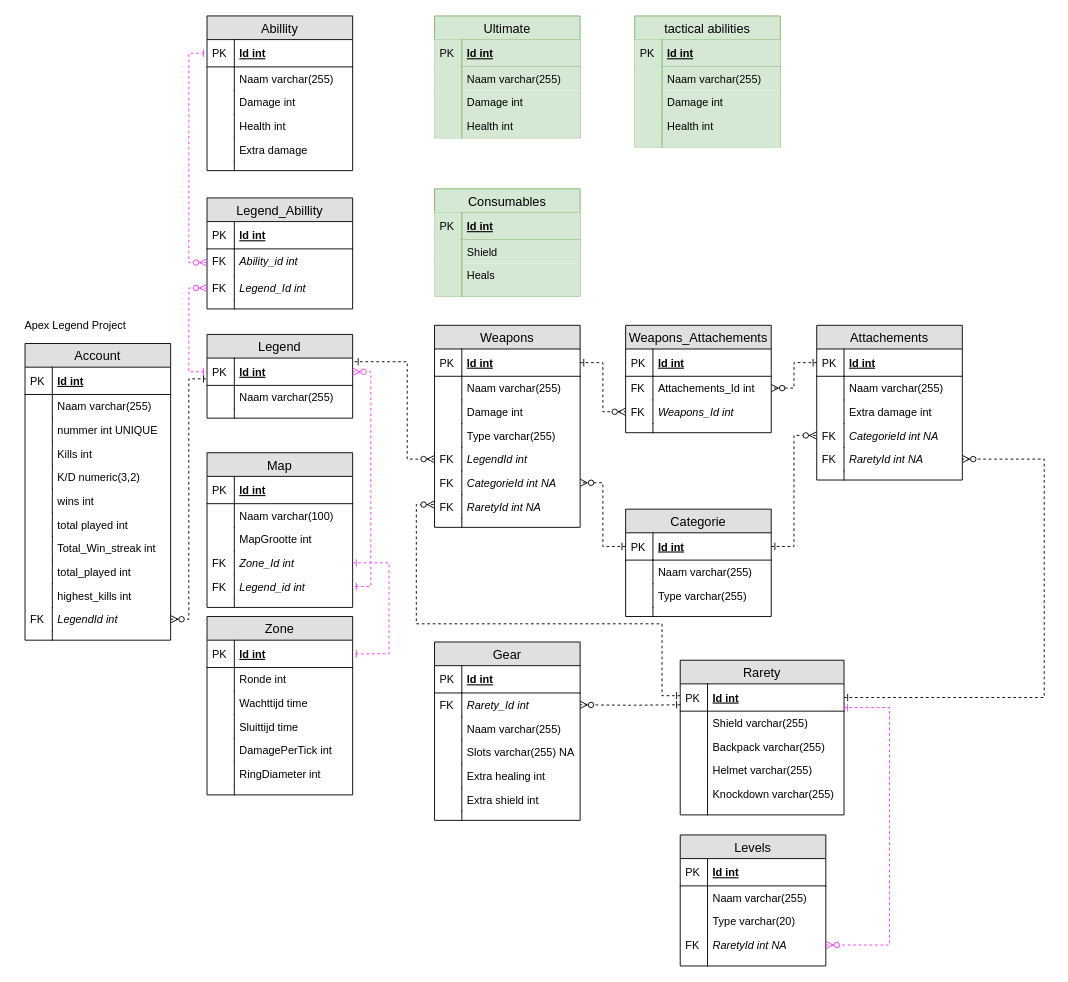
Earlier version of the draw.io diagram Project.drawio (donnie1998/thomasmore2019-2020). Source tidied: cells renumbered, new cells numbered last; positions are measured from the earlier drawing's top-left corner, leaving out a move shared by most shapes. Both pictures are drawn from the tidied source at 91%, with x=0, y=0 at pixel (15, 15).
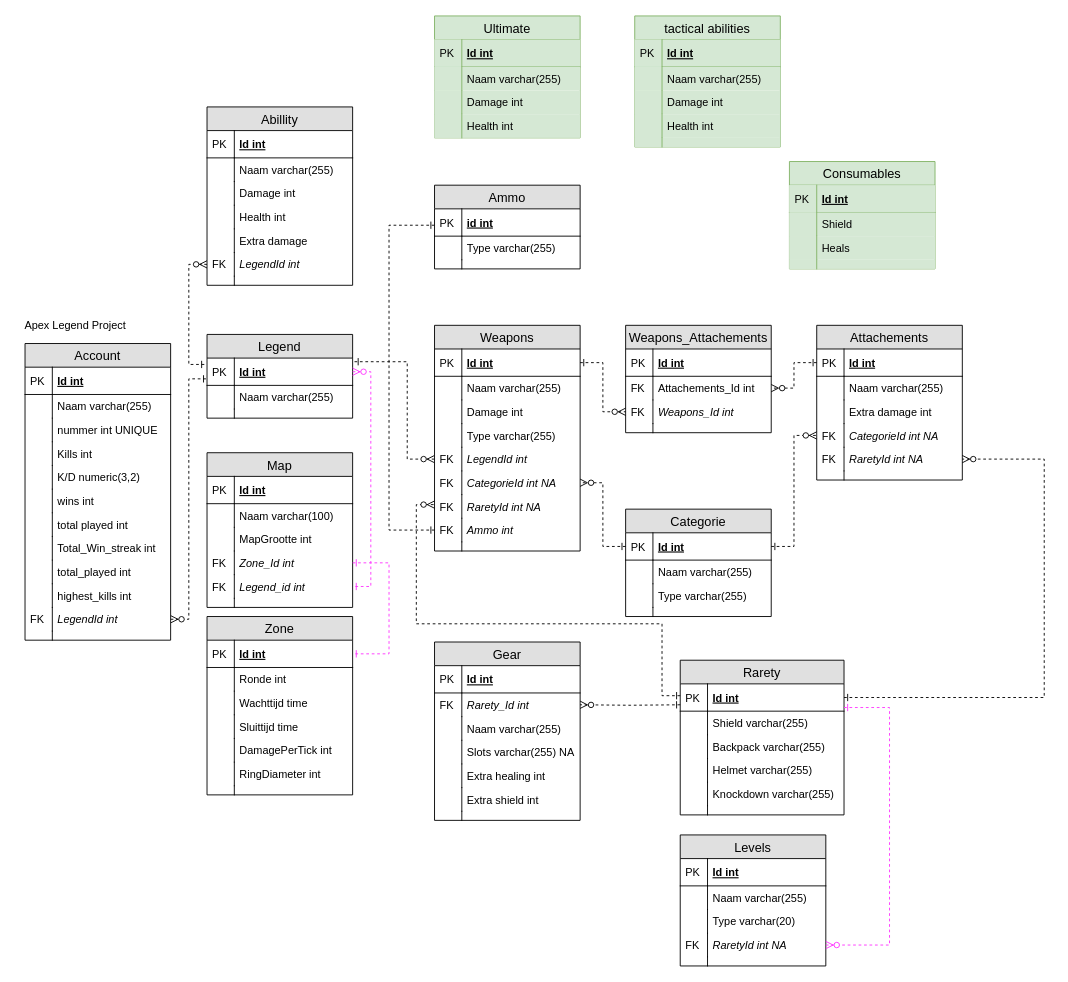
The same page after the edit.

The change refers to these unchanged cells:
```xml
<mxCell id="43" value="Id int " style="shape=partialRectangle;top=0;left=0;right=0;bottom=1;align=left;verticalAlign=middle;fillColor=none;spacingLeft=34;spacingRight=4;overflow=hidden;points=[[0,0.5],[1,0.5]];portConstraint=eastwest;fontStyle=5;fontSize=12;" parent="42" vertex="1">
  <mxGeometry y="26" width="160" height="30" as="geometry" />
</mxCell>
<mxCell id="162" value="Id int" style="shape=partialRectangle;top=0;left=0;right=0;bottom=1;align=left;verticalAlign=middle;fillColor=none;spacingLeft=34;spacingRight=4;overflow=hidden;points=[[0,0.5],[1,0.5]];portConstraint=eastwest;fontStyle=5;fontSize=12;" parent="161" vertex="1">
  <mxGeometry y="26" width="160" height="30" as="geometry" />
</mxCell>
<mxCell id="183" value="Zone_Id int" style="shape=partialRectangle;top=0;left=0;right=0;bottom=0;align=left;verticalAlign=top;fillColor=none;spacingLeft=34;spacingRight=4;overflow=hidden;points=[[0,0.5],[1,0.5]];portConstraint=eastwest;fontSize=12;fontStyle=2;" parent="176" vertex="1">
  <mxGeometry y="108" width="160" height="26" as="geometry" />
</mxCell>
<mxCell id="191" value="Id int " style="shape=partialRectangle;top=0;left=0;right=0;bottom=1;align=left;verticalAlign=middle;fillColor=none;spacingLeft=34;spacingRight=4;overflow=hidden;points=[[0,0.5],[1,0.5]];portConstraint=eastwest;fontStyle=5;fontSize=12;" parent="190" vertex="1">
  <mxGeometry y="26" width="160" height="30" as="geometry" />
</mxCell>
```

Diff of the diagram source:
```diff
@@
     <mxCell id="70" value="Weapons" style="swimlane;fontStyle=0;horizontal=1;startSize=26;fillColor=#e0e0e0;swimlaneFillColor=#ffffff;align=center;fontSize=14;" parent="1" vertex="1">
-      <mxGeometry x="460" y="340" width="160" height="222" as="geometry" />
+      <mxGeometry x="460" y="340" width="160" height="248" as="geometry" />
     </mxCell>
@@
+    <mxCell id="215" value="Ammo int " style="shape=partialRectangle;top=0;left=0;right=0;bottom=0;align=left;verticalAlign=top;fillColor=none;spacingLeft=34;spacingRight=4;overflow=hidden;points=[[0,0.5],[1,0.5]];portConstraint=eastwest;fontSize=12;fontStyle=2;" parent="70" vertex="1">
+      <mxGeometry y="212" width="160" height="26" as="geometry" />
+    </mxCell>
+    <mxCell id="216" value="FK" style="shape=partialRectangle;top=0;left=0;bottom=0;fillColor=none;align=left;verticalAlign=top;spacingLeft=4;spacingRight=4;overflow=hidden;fontSize=12;" parent="215" vertex="1">
+      <mxGeometry width="30" height="26" as="geometry" />
+    </mxCell>
     <mxCell id="85" style="shape=partialRectangle;top=0;left=0;right=0;bottom=0;align=left;verticalAlign=top;fillColor=none;spacingLeft=34;spacingRight=4;overflow=hidden;fontSize=12;" parent="70" vertex="1">
-      <mxGeometry y="212" width="160" height="10" as="geometry" />
+      <mxGeometry y="238" width="160" height="10" as="geometry" />
     </mxCell>
@@
-    <mxCell id="150" value="Consumables" style="swimlane;fontStyle=0;horizontal=1;startSize=26;fillColor=#d5e8d4;swimlaneFillColor=#ffffff;align=center;fontSize=14;strokeColor=#82b366;" parent="1" vertex="1">
-      <mxGeometry x="460" y="190" width="160" height="118" as="geometry" />
-    </mxCell>
-    <mxCell id="151" value="Id int" style="shape=partialRectangle;top=0;left=0;right=0;bottom=1;align=left;verticalAlign=middle;fillColor=#d5e8d4;spacingLeft=34;spacingRight=4;overflow=hidden;fontStyle=5;fontSize=12;strokeColor=#82b366;" parent="150" vertex="1">
-      <mxGeometry y="26" width="160" height="30" as="geometry" />
-    </mxCell>
-    <mxCell id="152" value="PK" style="shape=partialRectangle;top=0;left=0;bottom=0;fillColor=#d5e8d4;align=left;verticalAlign=middle;spacingLeft=4;spacingRight=4;overflow=hidden;fontSize=12;strokeColor=#82b366;" parent="151" vertex="1">
-      <mxGeometry width="30" height="30" as="geometry" />
-    </mxCell>
-    <mxCell id="153" value="Shield" style="shape=partialRectangle;top=0;left=0;right=0;bottom=0;align=left;verticalAlign=top;fillColor=#d5e8d4;spacingLeft=34;spacingRight=4;overflow=hidden;fontSize=12;strokeColor=#82b366;" parent="150" vertex="1">
-      <mxGeometry y="56" width="160" height="26" as="geometry" />
-    </mxCell>
-    <mxCell id="154" style="shape=partialRectangle;top=0;left=0;bottom=0;fillColor=#d5e8d4;align=left;verticalAlign=top;spacingLeft=4;spacingRight=4;overflow=hidden;fontSize=12;strokeColor=#82b366;" parent="153" vertex="1">
-      <mxGeometry width="30" height="26" as="geometry" />
-    </mxCell>
-    <mxCell id="155" value="Heals" style="shape=partialRectangle;top=0;left=0;right=0;bottom=0;align=left;verticalAlign=top;fillColor=#d5e8d4;spacingLeft=34;spacingRight=4;overflow=hidden;fontSize=12;strokeColor=#82b366;" parent="150" vertex="1">
-      <mxGeometry y="82" width="160" height="26" as="geometry" />
-    </mxCell>
-    <mxCell id="156" style="shape=partialRectangle;top=0;left=0;bottom=0;fillColor=#d5e8d4;align=left;verticalAlign=top;spacingLeft=4;spacingRight=4;overflow=hidden;fontSize=12;strokeColor=#82b366;" parent="155" vertex="1">
-      <mxGeometry width="30" height="26" as="geometry" />
-    </mxCell>
-    <mxCell id="157" style="shape=partialRectangle;top=0;left=0;right=0;bottom=0;align=left;verticalAlign=top;fillColor=#d5e8d4;spacingLeft=34;spacingRight=4;overflow=hidden;fontSize=12;strokeColor=#82b366;" parent="150" vertex="1">
-      <mxGeometry y="108" width="160" height="10" as="geometry" />
-    </mxCell>
-    <mxCell id="158" style="shape=partialRectangle;top=0;left=0;bottom=0;fillColor=#d5e8d4;align=left;verticalAlign=top;spacingLeft=4;spacingRight=4;overflow=hidden;fontSize=12;strokeColor=#82b366;" parent="157" vertex="1">
-      <mxGeometry width="30" height="10" as="geometry" />
-    </mxCell>
@@
+    <mxCell id="214" style="edgeStyle=orthogonalEdgeStyle;rounded=0;jettySize=auto;html=1;entryX=1;entryY=0.5;entryDx=0;entryDy=0;dashed=1;startArrow=ERone;startFill=0;endArrow=ERone;endFill=0;strokeColor=#FF33FF;" parent="1" edge="1" source="183" target="162">
+      <mxGeometry relative="1" as="geometry">
+        <Array as="points">
+          <mxPoint x="410" y="601" />
+          <mxPoint x="410" y="701" />
+        </Array>
+      </mxGeometry>
+    </mxCell>
+    <mxCell id="217" style="edgeStyle=orthogonalEdgeStyle;rounded=0;jettySize=auto;html=1;entryX=-0.012;entryY=0.233;entryDx=0;entryDy=0;exitX=0;exitY=0.5;exitDx=0;exitDy=0;dashed=1;startArrow=ERzeroToMany;startFill=1;endArrow=ERone;endFill=0;entryPerimeter=0;" parent="1" edge="1" source="218" target="43">
+      <mxGeometry relative="1" as="geometry">
+        <Array as="points">
+          <mxPoint x="190" y="273" />
+          <mxPoint x="190" y="383" />
+        </Array>
+      </mxGeometry>
+    </mxCell>
     <mxCell id="190" value="Abillity" style="swimlane;fontStyle=0;horizontal=1;startSize=26;fillColor=#e0e0e0;swimlaneFillColor=#ffffff;align=center;fontSize=14;" parent="1" vertex="1">
-      <mxGeometry x="210" width="160" height="170" as="geometry" />
+      <mxGeometry x="210" y="100" width="160" height="196" as="geometry" />
     </mxCell>
@@
+    <mxCell id="218" value="LegendId int" style="shape=partialRectangle;top=0;left=0;right=0;bottom=0;align=left;verticalAlign=top;fillColor=none;spacingLeft=34;spacingRight=4;overflow=hidden;points=[[0,0.5],[1,0.5]];portConstraint=eastwest;fontSize=12;fontStyle=2;" parent="190" vertex="1">
+      <mxGeometry y="160" width="160" height="26" as="geometry" />
+    </mxCell>
+    <mxCell id="219" value="FK" style="shape=partialRectangle;top=0;left=0;bottom=0;fillColor=none;align=left;verticalAlign=top;spacingLeft=4;spacingRight=4;overflow=hidden;fontSize=12;" parent="218" vertex="1">
+      <mxGeometry width="30" height="26" as="geometry" />
+    </mxCell>
     <mxCell id="201" style="shape=partialRectangle;top=0;left=0;right=0;bottom=0;align=left;verticalAlign=top;fillColor=none;spacingLeft=34;spacingRight=4;overflow=hidden;fontSize=12;" parent="190" vertex="1">
-      <mxGeometry y="160" width="160" height="10" as="geometry" />
+      <mxGeometry y="186" width="160" height="10" as="geometry" />
     </mxCell>
@@
-    <mxCell id="203" value="Legend_Abillity" style="swimlane;fontStyle=0;horizontal=1;startSize=26;fillColor=#e0e0e0;swimlaneFillColor=#ffffff;align=center;fontSize=14;" parent="1" vertex="1">
-      <mxGeometry x="210" y="200" width="160" height="122" as="geometry" />
-    </mxCell>
-    <mxCell id="204" value="Id int " style="shape=partialRectangle;top=0;left=0;right=0;bottom=1;align=left;verticalAlign=middle;fillColor=none;spacingLeft=34;spacingRight=4;overflow=hidden;fontStyle=5;fontSize=12;" parent="203" vertex="1">
-      <mxGeometry y="26" width="160" height="30" as="geometry" />
-    </mxCell>
+    <mxCell id="150" value="Consumables" style="swimlane;fontStyle=0;horizontal=1;startSize=26;fillColor=#d5e8d4;swimlaneFillColor=#ffffff;align=center;fontSize=14;strokeColor=#82b366;" parent="1" vertex="1">
+      <mxGeometry x="850" y="160" width="160" height="118" as="geometry" />
+    </mxCell>
+    <mxCell id="151" value="Id int" style="shape=partialRectangle;top=0;left=0;right=0;bottom=1;align=left;verticalAlign=middle;fillColor=#d5e8d4;spacingLeft=34;spacingRight=4;overflow=hidden;fontStyle=5;fontSize=12;strokeColor=#82b366;" parent="150" vertex="1">
+      <mxGeometry y="26" width="160" height="30" as="geometry" />
+    </mxCell>
+    <mxCell id="152" value="PK" style="shape=partialRectangle;top=0;left=0;bottom=0;fillColor=#d5e8d4;align=left;verticalAlign=middle;spacingLeft=4;spacingRight=4;overflow=hidden;fontSize=12;strokeColor=#82b366;" parent="151" vertex="1">
+      <mxGeometry width="30" height="30" as="geometry" />
+    </mxCell>
+    <mxCell id="153" value="Shield" style="shape=partialRectangle;top=0;left=0;right=0;bottom=0;align=left;verticalAlign=top;fillColor=#d5e8d4;spacingLeft=34;spacingRight=4;overflow=hidden;fontSize=12;strokeColor=#82b366;" parent="150" vertex="1">
+      <mxGeometry y="56" width="160" height="26" as="geometry" />
+    </mxCell>
+    <mxCell id="154" style="shape=partialRectangle;top=0;left=0;bottom=0;fillColor=#d5e8d4;align=left;verticalAlign=top;spacingLeft=4;spacingRight=4;overflow=hidden;fontSize=12;strokeColor=#82b366;" parent="153" vertex="1">
+      <mxGeometry width="30" height="26" as="geometry" />
+    </mxCell>
+    <mxCell id="155" value="Heals" style="shape=partialRectangle;top=0;left=0;right=0;bottom=0;align=left;verticalAlign=top;fillColor=#d5e8d4;spacingLeft=34;spacingRight=4;overflow=hidden;fontSize=12;strokeColor=#82b366;" parent="150" vertex="1">
+      <mxGeometry y="82" width="160" height="26" as="geometry" />
+    </mxCell>
+    <mxCell id="156" style="shape=partialRectangle;top=0;left=0;bottom=0;fillColor=#d5e8d4;align=left;verticalAlign=top;spacingLeft=4;spacingRight=4;overflow=hidden;fontSize=12;strokeColor=#82b366;" parent="155" vertex="1">
+      <mxGeometry width="30" height="26" as="geometry" />
+    </mxCell>
+    <mxCell id="157" style="shape=partialRectangle;top=0;left=0;right=0;bottom=0;align=left;verticalAlign=top;fillColor=#d5e8d4;spacingLeft=34;spacingRight=4;overflow=hidden;fontSize=12;strokeColor=#82b366;" parent="150" vertex="1">
+      <mxGeometry y="108" width="160" height="10" as="geometry" />
+    </mxCell>
+    <mxCell id="158" style="shape=partialRectangle;top=0;left=0;bottom=0;fillColor=#d5e8d4;align=left;verticalAlign=top;spacingLeft=4;spacingRight=4;overflow=hidden;fontSize=12;strokeColor=#82b366;" parent="157" vertex="1">
+      <mxGeometry width="30" height="10" as="geometry" />
+    </mxCell>
+    <mxCell id="220" style="edgeStyle=orthogonalEdgeStyle;rounded=0;jettySize=auto;html=1;dashed=1;startArrow=ERone;startFill=0;endArrow=ERone;endFill=0;exitX=0;exitY=0.6;exitDx=0;exitDy=0;exitPerimeter=0;entryX=0;entryY=0.5;entryDx=0;entryDy=0;" parent="1" edge="1" source="222" target="215">
+      <mxGeometry relative="1" as="geometry">
+        <Array as="points">
+          <mxPoint x="410" y="230" />
+          <mxPoint x="410" y="565" />
+        </Array>
+      </mxGeometry>
+    </mxCell>
+    <mxCell id="221" value="Ammo" style="swimlane;fontStyle=0;horizontal=1;startSize=26;fillColor=#e0e0e0;swimlaneFillColor=#ffffff;align=center;fontSize=14;" parent="1" vertex="1">
+      <mxGeometry x="460" y="186" width="160" height="92" as="geometry" />
+    </mxCell>
+    <mxCell id="222" value="id int" style="shape=partialRectangle;top=0;left=0;right=0;bottom=1;align=left;verticalAlign=middle;fillColor=none;spacingLeft=34;spacingRight=4;overflow=hidden;points=[[0,0.5],[1,0.5]];portConstraint=eastwest;fontStyle=5;fontSize=12;" parent="221" vertex="1">
+      <mxGeometry y="26" width="160" height="30" as="geometry" />
+    </mxCell>
-    <mxCell id="205" value="PK" style="shape=partialRectangle;top=0;left=0;bottom=0;fillColor=none;align=left;verticalAlign=middle;spacingLeft=4;spacingRight=4;overflow=hidden;fontSize=12;" parent="204" vertex="1">
+    <mxCell id="205" value="PK" style="shape=partialRectangle;top=0;left=0;bottom=0;fillColor=none;align=left;verticalAlign=middle;spacingLeft=4;spacingRight=4;overflow=hidden;fontSize=12;" parent="222" vertex="1">
       <mxGeometry width="30" height="30" as="geometry" />
     </mxCell>
-    <mxCell id="206" value="Ability_id int" style="shape=partialRectangle;top=0;left=0;right=0;bottom=0;align=left;verticalAlign=top;fillColor=none;spacingLeft=34;spacingRight=4;overflow=hidden;points=[[0,0.5],[1,0.5]];portConstraint=eastwest;fontSize=12;fontStyle=2;" parent="203" vertex="1">
-      <mxGeometry y="56" width="160" height="30" as="geometry" />
-    </mxCell>
-    <mxCell id="207" value="FK" style="shape=partialRectangle;top=0;left=0;bottom=0;fillColor=none;align=left;verticalAlign=top;spacingLeft=4;spacingRight=4;overflow=hidden;fontSize=12;" parent="206" vertex="1">
-      <mxGeometry width="30" height="30" as="geometry" />
-    </mxCell>
-    <mxCell id="208" value="Legend_Id int" style="shape=partialRectangle;top=0;left=0;right=0;bottom=0;align=left;verticalAlign=top;fillColor=none;spacingLeft=34;spacingRight=4;overflow=hidden;points=[[0,0.5],[1,0.5]];portConstraint=eastwest;fontSize=12;fontStyle=2;" parent="203" vertex="1">
-      <mxGeometry y="86" width="160" height="26" as="geometry" />
-    </mxCell>
-    <mxCell id="209" value="FK" style="shape=partialRectangle;top=0;left=0;bottom=0;fillColor=none;align=left;verticalAlign=top;spacingLeft=4;spacingRight=4;overflow=hidden;fontSize=12;" parent="208" vertex="1">
-      <mxGeometry width="30" height="26" as="geometry" />
-    </mxCell>
-    <mxCell id="210" style="shape=partialRectangle;top=0;left=0;right=0;bottom=0;align=left;verticalAlign=top;fillColor=none;spacingLeft=34;spacingRight=4;overflow=hidden;fontSize=12;" parent="203" vertex="1">
-      <mxGeometry y="112" width="160" height="10" as="geometry" />
-    </mxCell>
+    <mxCell id="223" value="Type varchar(255) " style="shape=partialRectangle;top=0;left=0;right=0;bottom=0;align=left;verticalAlign=top;fillColor=none;spacingLeft=34;spacingRight=4;overflow=hidden;fontSize=12;" parent="221" vertex="1">
+      <mxGeometry y="56" width="160" height="26" as="geometry" />
+    </mxCell>
+    <mxCell id="224" style="shape=partialRectangle;top=0;left=0;bottom=0;fillColor=none;align=left;verticalAlign=top;spacingLeft=4;spacingRight=4;overflow=hidden;fontSize=12;" parent="223" vertex="1">
+      <mxGeometry width="30" height="26" as="geometry" />
+    </mxCell>
+    <mxCell id="225" style="shape=partialRectangle;top=0;left=0;right=0;bottom=0;align=left;verticalAlign=top;fillColor=none;spacingLeft=34;spacingRight=4;overflow=hidden;fontSize=12;" parent="221" vertex="1">
+      <mxGeometry y="82" width="160" height="10" as="geometry" />
+    </mxCell>
-    <mxCell id="211" style="shape=partialRectangle;top=0;left=0;bottom=0;fillColor=none;align=left;verticalAlign=top;spacingLeft=4;spacingRight=4;overflow=hidden;fontSize=12;" parent="210" vertex="1">
+    <mxCell id="211" style="shape=partialRectangle;top=0;left=0;bottom=0;fillColor=none;align=left;verticalAlign=top;spacingLeft=4;spacingRight=4;overflow=hidden;fontSize=12;" parent="225" vertex="1">
       <mxGeometry width="30" height="10" as="geometry" />
     </mxCell>
-    <mxCell id="212" style="edgeStyle=orthogonalEdgeStyle;rounded=0;jettySize=auto;html=1;entryX=0;entryY=0.5;entryDx=0;entryDy=0;dashed=1;startArrow=ERzeroToMany;startFill=1;endArrow=ERone;endFill=0;strokeColor=#FF33FF;" parent="1" edge="1" source="208" target="43">
-      <mxGeometry relative="1" as="geometry" />
-    </mxCell>
-    <mxCell id="213" style="edgeStyle=orthogonalEdgeStyle;rounded=0;jettySize=auto;html=1;entryX=0;entryY=0.5;entryDx=0;entryDy=0;dashed=1;startArrow=ERzeroToMany;startFill=1;endArrow=ERone;endFill=0;strokeColor=#FF33FF;" parent="1" edge="1" source="206" target="191">
-      <mxGeometry relative="1" as="geometry" />
-    </mxCell>
-    <mxCell id="214" style="edgeStyle=orthogonalEdgeStyle;rounded=0;jettySize=auto;html=1;entryX=1;entryY=0.5;entryDx=0;entryDy=0;dashed=1;startArrow=ERone;startFill=0;endArrow=ERone;endFill=0;strokeColor=#FF33FF;" parent="1" edge="1" source="183" target="162">
-      <mxGeometry relative="1" as="geometry">
-        <Array as="points">
-          <mxPoint x="410" y="601" />
-          <mxPoint x="410" y="701" />
-        </Array>
-      </mxGeometry>
-    </mxCell>
```
